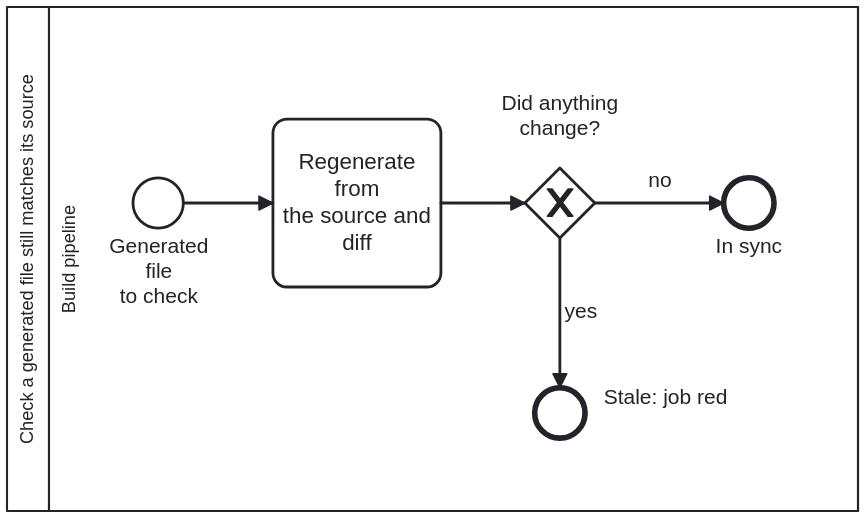
The BPMN diagram docs/assets/img/workflows/generated-file-drift.svg in litlfred/cat-harness, before a commit. Its source is kept beside it as processes/sdlc/generated-file-drift.bpmn. Ids are renumbered.
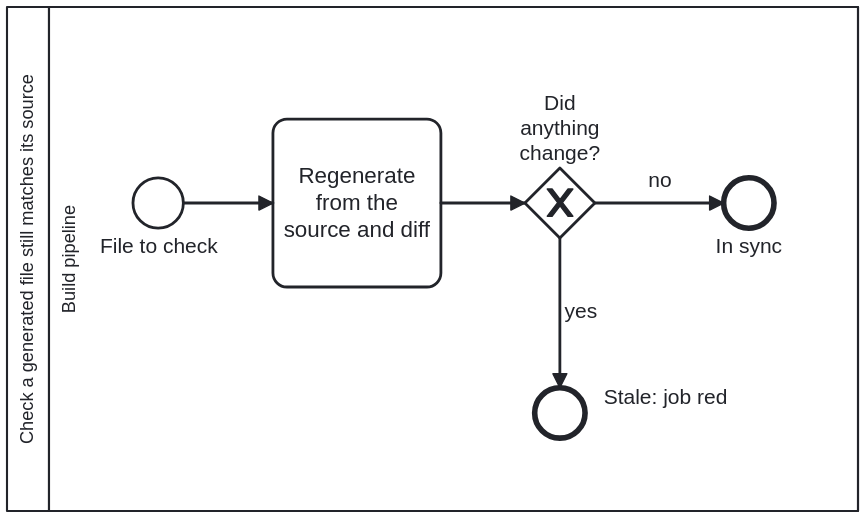
The same file after the commit.

The edit, as a diff of the source:
```diff
@@ -28,11 +28,11 @@
         <bpmn:flowNodeRef>End_Drift</bpmn:flowNodeRef>
       </bpmn:lane>
     </bpmn:laneSet>
-    <bpmn:startEvent id="Start_Change" name="Generated file&#10;to check">
+    <bpmn:startEvent id="Start_Change" name="File to check">
       <bpmn:documentation>A caller's job has started: on a pull request, a push to main, or a dispatch.</bpmn:documentation>
       <bpmn:outgoing>Flow_GD_1</bpmn:outgoing>
     </bpmn:startEvent>
-    <bpmn:task id="Task_Check" name="Regenerate from&#10;the source and diff">
+    <bpmn:task id="Task_Check" name="Regenerate from the source and diff">
       <bpmn:documentation>Run the caller's generator with --check: regenerate the file from its source in memory and diff it against the committed copy. Several independent generators run in one job are still one step, because they have no order between them.</bpmn:documentation>
       <bpmn:extensionElements>
         <cat-harness.processes:no-skill reason="A mechanical actor runs this — GitHub Actions executes a command in a runner. There is no instruction body an agent could be handed, and a skill here would describe somebody else&apos;s behaviour."/>
@@ -40,7 +40,7 @@
       <bpmn:incoming>Flow_GD_1</bpmn:incoming>
       <bpmn:outgoing>Flow_GD_2</bpmn:outgoing>
     </bpmn:task>
-    <bpmn:exclusiveGateway id="GW_Drift" name="Did anything&#10;change?">
+    <bpmn:exclusiveGateway id="GW_Drift" name="Did anything change?">
       <bpmn:documentation>Answered by the diff Task_Check takes. No difference ends clean; any difference ends the job red, because the committed file is stale against its source.</bpmn:documentation>
       <bpmn:incoming>Flow_GD_2</bpmn:incoming>
       <bpmn:outgoing>Flow_GD_3</bpmn:outgoing>
@@ -67,22 +67,22 @@
       </bpmndi:BPMNShape>
       <bpmndi:BPMNShape id="Shape_Start_Change" bpmnElement="Start_Change">
         <dc:Bounds x="150" y="182" width="36" height="36"/>
-        <bpmndi:BPMNLabel><dc:Bounds x="128" y="222" width="80" height="40"/></bpmndi:BPMNLabel>
+        <bpmndi:BPMNLabel><dc:Bounds x="108" y="222" width="120" height="40"/></bpmndi:BPMNLabel>
       </bpmndi:BPMNShape>
       <bpmndi:BPMNShape id="Shape_Task_Check" bpmnElement="Task_Check">
         <dc:Bounds x="250" y="140" width="120" height="120"/>
       </bpmndi:BPMNShape>
       <bpmndi:BPMNShape id="Shape_GW_Drift" bpmnElement="GW_Drift" isMarkerVisible="true">
         <dc:Bounds x="430" y="175" width="50" height="50"/>
-        <bpmndi:BPMNLabel><dc:Bounds x="405" y="120" width="100" height="40"/></bpmndi:BPMNLabel>
+        <bpmndi:BPMNLabel><dc:Bounds x="395" y="120" width="120" height="40"/></bpmndi:BPMNLabel>
       </bpmndi:BPMNShape>
       <bpmndi:BPMNShape id="Shape_End_Clean" bpmnElement="End_Clean">
         <dc:Bounds x="572" y="182" width="36" height="36"/>
-        <bpmndi:BPMNLabel><dc:Bounds x="550" y="222" width="80" height="40"/></bpmndi:BPMNLabel>
+        <bpmndi:BPMNLabel><dc:Bounds x="530" y="222" width="120" height="40"/></bpmndi:BPMNLabel>
       </bpmndi:BPMNShape>
       <bpmndi:BPMNShape id="Shape_End_Drift" bpmnElement="End_Drift">
         <dc:Bounds x="437" y="332" width="36" height="36"/>
-        <bpmndi:BPMNLabel><dc:Bounds x="480" y="330" width="100" height="40"/></bpmndi:BPMNLabel>
+        <bpmndi:BPMNLabel><dc:Bounds x="470" y="330" width="120" height="40"/></bpmndi:BPMNLabel>
       </bpmndi:BPMNShape>
       <bpmndi:BPMNEdge id="Edge_Flow_GD_1" bpmnElement="Flow_GD_1">
         <di:waypoint x="186" y="200"/>
```
